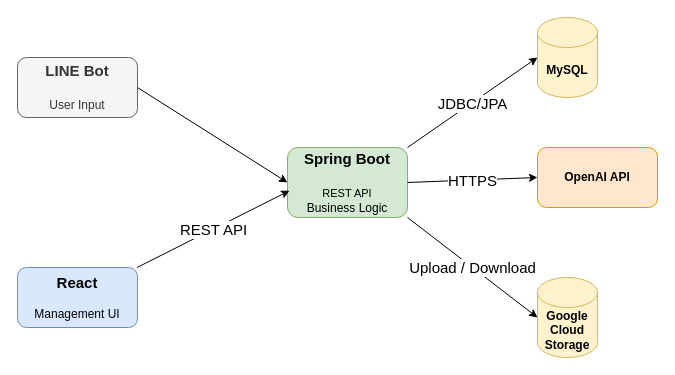
The draw.io diagram docs/architecture/Component Diagram.drawio in kwanmo7/town-ai, before the edit. Source tidied: cells renumbered, new cells numbered last; positions are measured from the earlier drawing's top-left corner, leaving out a move shared by most shapes. Both pictures are drawn from the tidied source at 100%, with x=0, y=0 at pixel (17, 17).
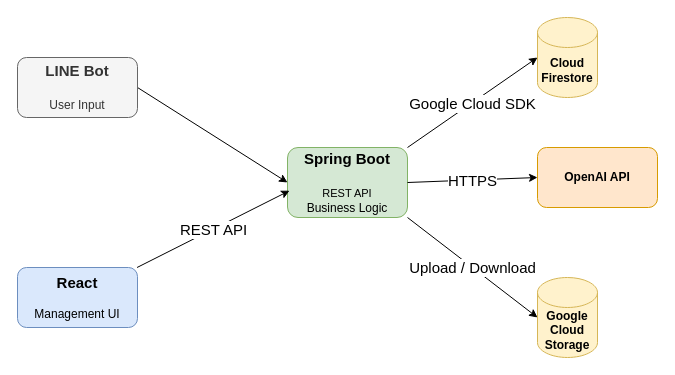
Above is the later version.

Diff of the diagram source:
```diff
@@
 <mxGraphModel>
   <root>
     <mxCell id="0" />
     <mxCell id="1" parent="0" />
     <mxCell id="2" style="edgeStyle=none;html=1;exitX=1;exitY=0.5;exitDx=0;exitDy=0;entryX=0;entryY=0.5;entryDx=0;entryDy=0;" parent="1" edge="1" source="3" target="5">
       <mxGeometry relative="1" as="geometry" />
     </mxCell>
     <mxCell id="3" value="&lt;b&gt;&lt;font style=&quot;font-size: 15px;&quot;&gt;LINE Bot&lt;/font&gt;&lt;/b&gt;&lt;div&gt;&lt;b&gt;&lt;font style=&quot;font-size: 15px;&quot;&gt;&lt;br&gt;&lt;/font&gt;&lt;/b&gt;&lt;/div&gt;&lt;div&gt;&lt;font&gt;User Input&lt;/font&gt;&lt;/div&gt;" style="rounded=1;whiteSpace=wrap;html=1;fillColor=#f5f5f5;fontColor=#333333;strokeColor=#666666;" parent="1" vertex="1">
       <mxGeometry y="40" width="120" height="60" as="geometry" />
     </mxCell>
     <mxCell id="4" value="&lt;b&gt;&lt;font style=&quot;font-size: 15px;&quot;&gt;React&lt;/font&gt;&lt;/b&gt;&lt;div&gt;&lt;b&gt;&lt;br&gt;&lt;/b&gt;&lt;/div&gt;&lt;div&gt;Management UI&lt;/div&gt;" style="rounded=1;whiteSpace=wrap;html=1;fillColor=#dae8fc;strokeColor=#6c8ebf;" parent="1" vertex="1">
       <mxGeometry y="250" width="120" height="60" as="geometry" />
     </mxCell>
     <mxCell id="5" value="&lt;font style=&quot;font-size: 15px;&quot;&gt;&lt;b&gt;Spring Boot&lt;/b&gt;&lt;/font&gt;&lt;div&gt;&lt;font style=&quot;font-size: 15px;&quot;&gt;&lt;br&gt;&lt;/font&gt;&lt;/div&gt;&lt;div&gt;&lt;font style=&quot;font-size: 11px;&quot;&gt;REST API&lt;/font&gt;&lt;/div&gt;&lt;div&gt;&lt;font&gt;Business Logic&lt;/font&gt;&lt;/div&gt;" style="rounded=1;whiteSpace=wrap;html=1;fillColor=#d5e8d4;strokeColor=#82b366;" parent="1" vertex="1">
       <mxGeometry x="270" y="130" width="120" height="70" as="geometry" />
     </mxCell>
-    <mxCell id="6" value="&lt;b&gt;MySQL&lt;/b&gt;" style="shape=cylinder3;whiteSpace=wrap;html=1;boundedLbl=1;backgroundOutline=1;size=15;fillColor=#fff2cc;strokeColor=#d6b656;" parent="1" vertex="1">
+    <mxCell id="6" value="&lt;b&gt;Cloud Firestore&lt;/b&gt;" style="shape=cylinder3;whiteSpace=wrap;html=1;boundedLbl=1;backgroundOutline=1;size=15;fillColor=#fff2cc;strokeColor=#d6b656;" parent="1" vertex="1">
       <mxGeometry x="520" width="60" height="80" as="geometry" />
     </mxCell>
     <mxCell id="7" value="&lt;b&gt;Google&lt;br&gt;Cloud Storage&lt;/b&gt;" style="shape=cylinder3;whiteSpace=wrap;html=1;boundedLbl=1;backgroundOutline=1;size=15;fillColor=#fff2cc;strokeColor=#d6b656;" parent="1" vertex="1">
       <mxGeometry x="520" y="260" width="60" height="80" as="geometry" />
     </mxCell>
     <mxCell id="8" value="&lt;b&gt;OpenAI API&lt;/b&gt;" style="rounded=1;whiteSpace=wrap;html=1;fillColor=#ffe6cc;strokeColor=#d79b00;" parent="1" vertex="1">
       <mxGeometry x="520" y="130" width="120" height="60" as="geometry" />
     </mxCell>
     <mxCell id="9" style="endArrow=classic;html=1;entryX=0.017;entryY=0.617;entryDx=0;entryDy=0;entryPerimeter=0;" parent="1" edge="1" source="4" target="5">
       <mxGeometry relative="1" as="geometry" />
     </mxCell>
     <mxCell id="10" value="REST API" style="edgeLabel;html=1;align=center;verticalAlign=middle;fontSize=15;" parent="9" vertex="1">
       <mxGeometry relative="1" as="geometry" />
     </mxCell>
     <mxCell id="11" style="endArrow=classic;html=1;exitX=1;exitY=0.5;exitDx=0;exitDy=0;entryX=0;entryY=0.5;entryDx=0;entryDy=0;" parent="1" edge="1" source="5" target="8">
       <mxGeometry relative="1" as="geometry" />
     </mxCell>
     <mxCell id="12" value="HTTPS" style="edgeLabel;html=1;align=center;verticalAlign=middle;fontSize=15;" parent="11" vertex="1">
       <mxGeometry relative="1" as="geometry" />
     </mxCell>
     <mxCell id="13" style="endArrow=classic;html=1;exitX=1;exitY=0;exitDx=0;exitDy=0;entryX=0;entryY=0.5;entryDx=0;entryDy=0;entryPerimeter=0;" parent="1" edge="1" source="5" target="6">
       <mxGeometry relative="1" as="geometry" />
     </mxCell>
-    <mxCell id="14" value="JDBC/JPA" style="edgeLabel;html=1;align=center;verticalAlign=middle;fontSize=15;" parent="13" vertex="1">
+    <mxCell id="14" value="Google Cloud SDK" style="edgeLabel;html=1;align=center;verticalAlign=middle;fontSize=15;" parent="13" vertex="1">
       <mxGeometry relative="1" as="geometry" />
     </mxCell>
     <mxCell id="15" style="endArrow=classic;html=1;exitX=1;exitY=1;exitDx=0;exitDy=0;entryX=0;entryY=0.5;entryDx=0;entryDy=0;entryPerimeter=0;" parent="1" edge="1" source="5" target="7">
       <mxGeometry relative="1" as="geometry" />
     </mxCell>
     <mxCell id="16" value="Upload / Download" style="edgeLabel;html=1;align=center;verticalAlign=middle;fontSize=15;" parent="15" vertex="1">
       <mxGeometry relative="1" as="geometry" />
     </mxCell>
   </root>
 </mxGraphModel>
```
